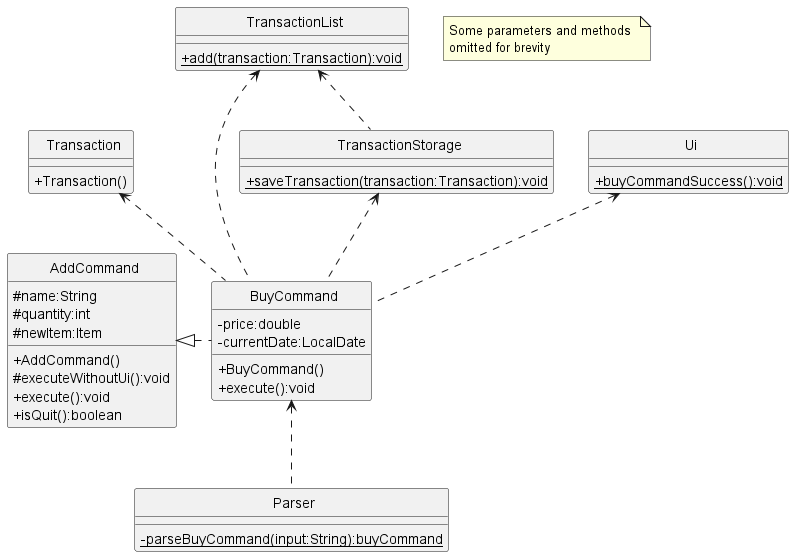
Earlier version of the PlantUML export docs/uml-diagrams/BuyCommandClass.png (rismm/tp).
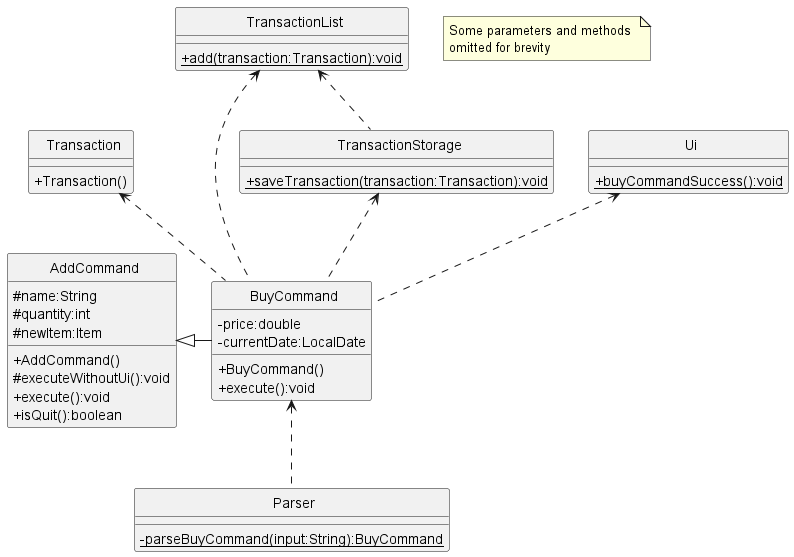
The same diagram one commit later.

The edit, as a diff of the source:
```diff
@@ -11,7 +11,7 @@
 class TransactionStorage
 class Ui
 
-AddCommand <|. BuyCommand
+AddCommand <|- BuyCommand
 Transaction <.. BuyCommand
 Ui <.. BuyCommand
 TransactionList <.. BuyCommand
@@ -49,7 +49,7 @@
 }
 
 class Parser {
-    {static}-parseBuyCommand(input:String):buyCommand
+    {static}-parseBuyCommand(input:String):BuyCommand
 }
 
 class TransactionStorage {
```
